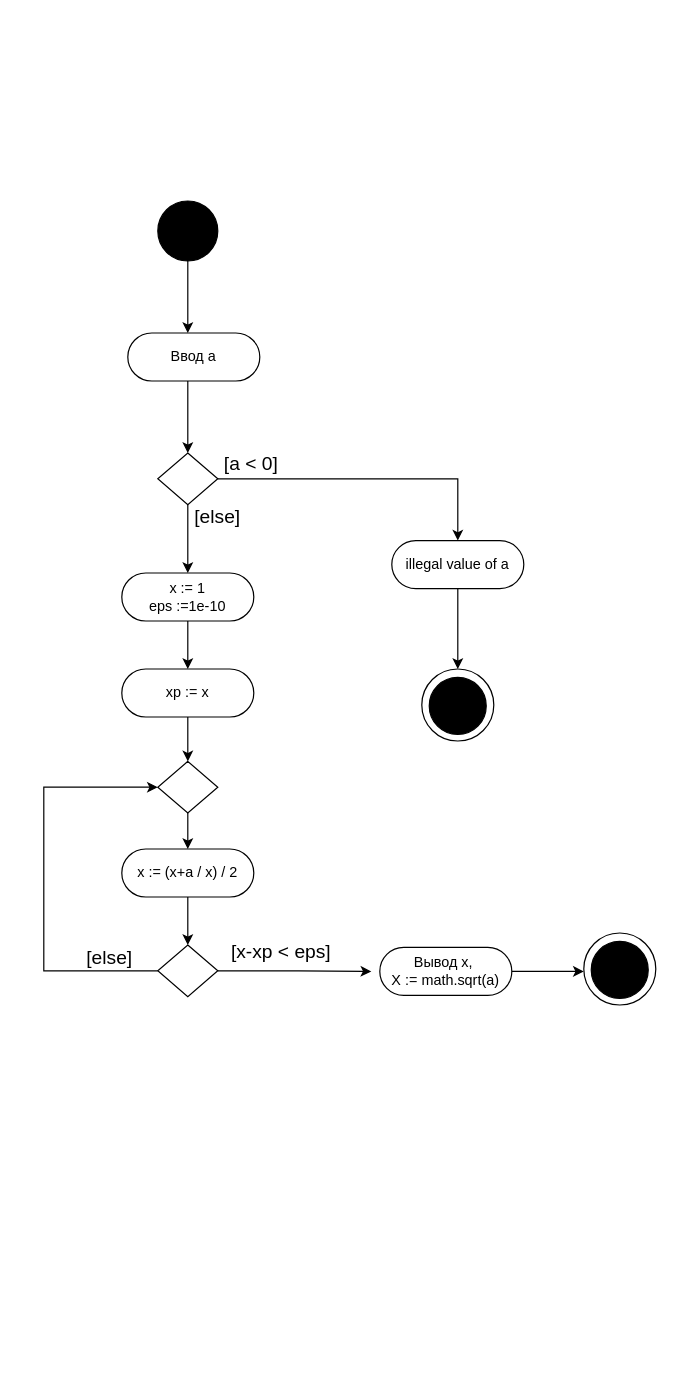
Before: example5.drawio in ilya0693/Lab3, a draw.io diagram. Source tidied: cells renumbered, new cells numbered last; positions are measured from the earlier drawing's top-left corner, leaving out a move shared by most shapes. Both pictures are drawn from the tidied source at 120%, with x=0, y=0 at pixel (43, 200).
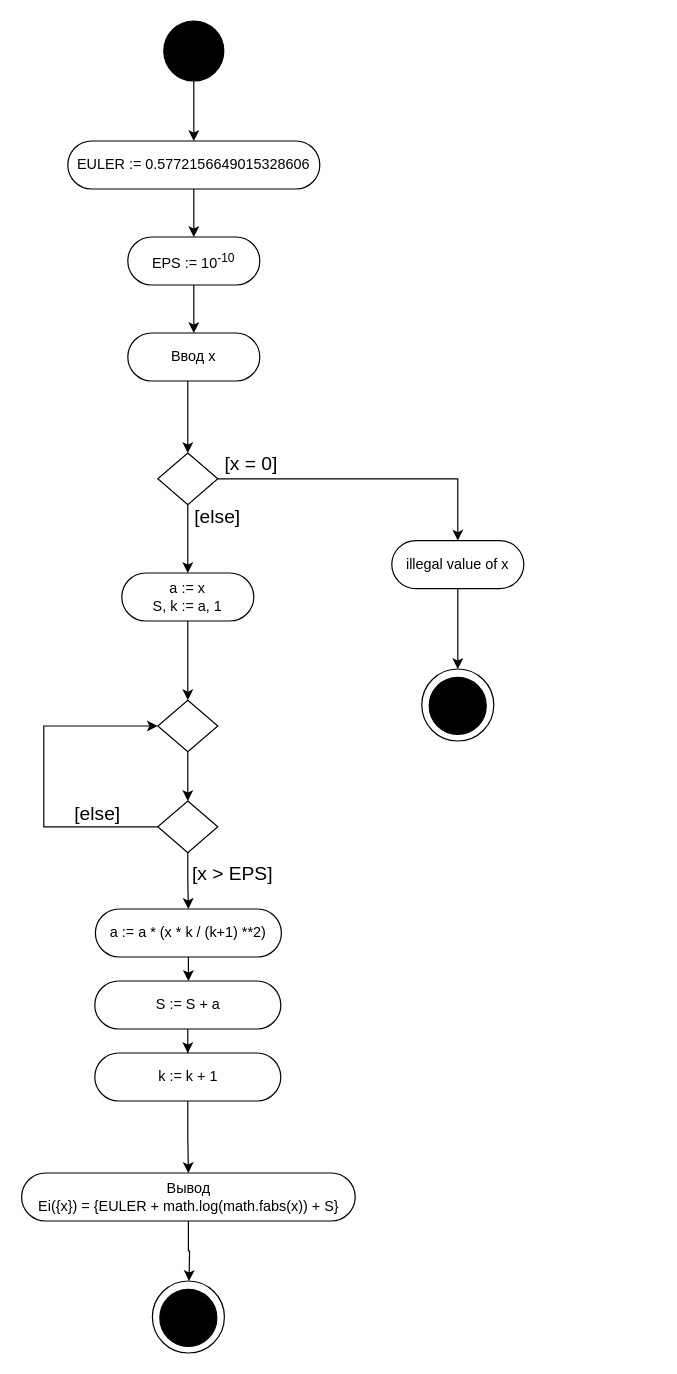
Above is the later version.

What changed in the source:
```diff
@@
+    <mxCell id="34" style="edgeStyle=orthogonalEdgeStyle;rounded=0;jettySize=auto;html=1;exitX=0.5;exitY=1;exitDx=0;exitDy=0;entryX=0.5;entryY=0;entryDx=0;entryDy=0;" parent="1" edge="1" source="2" target="38">
+      <mxGeometry relative="1" as="geometry" />
+    </mxCell>
     <mxCell id="2" style="ellipse;whiteSpace=wrap;html=1;fillColor=#000000;" parent="1" vertex="1">
-      <mxGeometry x="95" width="50" height="50" as="geometry" />
+      <mxGeometry x="100" y="-150" width="50" height="50" as="geometry" />
     </mxCell>
-    <mxCell id="3" style="endArrow=classic;html=1;exitX=0.5;exitY=1;exitDx=0;exitDy=0;" parent="1" edge="1" source="2">
-      <mxGeometry relative="1" as="geometry">
-        <mxPoint x="120" y="110" as="targetPoint" />
-      </mxGeometry>
-    </mxCell>
@@
-    <mxCell id="5" value="Ввод a" style="rounded=1;whiteSpace=wrap;html=1;gradientColor=none;fillColor=#FFFFFF;arcSize=50;" parent="1" vertex="1">
+    <mxCell id="5" value="Ввод x" style="rounded=1;whiteSpace=wrap;html=1;gradientColor=none;fillColor=#FFFFFF;arcSize=50;" parent="1" vertex="1">
       <mxGeometry x="70" y="110" width="110" height="40" as="geometry" />
     </mxCell>
@@
-    <mxCell id="10" value="illegal value of a" style="rounded=1;whiteSpace=wrap;html=1;gradientColor=none;fillColor=#FFFFFF;arcSize=50;" parent="1" vertex="1">
+    <mxCell id="10" value="illegal value of x" style="rounded=1;whiteSpace=wrap;html=1;gradientColor=none;fillColor=#FFFFFF;arcSize=50;" parent="1" vertex="1">
       <mxGeometry x="290" y="283" width="110" height="40" as="geometry" />
     </mxCell>
-    <mxCell id="11" value="[a &amp;lt; 0]" style="text;html=1;strokeColor=none;fillColor=none;align=center;verticalAlign=middle;whiteSpace=wrap;rounded=0;perimeterSpacing=0;fontSize=16;" parent="1" vertex="1">
+    <mxCell id="11" value="[x = 0]" style="text;html=1;strokeColor=none;fillColor=none;align=center;verticalAlign=middle;whiteSpace=wrap;rounded=0;perimeterSpacing=0;fontSize=16;" parent="1" vertex="1">
       <mxGeometry x="148" y="209" width="50" height="20" as="geometry" />
     </mxCell>
@@
-    <mxCell id="16" style="edgeStyle=orthogonalEdgeStyle;rounded=0;jettySize=auto;html=1;" parent="1" edge="1" source="17" target="19">
-      <mxGeometry relative="1" as="geometry" />
-    </mxCell>
-    <mxCell id="17" value="x := 1&lt;br&gt;eps :=1e-10" style="rounded=1;whiteSpace=wrap;html=1;gradientColor=none;fillColor=#FFFFFF;arcSize=50;" parent="1" vertex="1">
+    <mxCell id="17" value="a := x&lt;br&gt;S, k := a, 1" style="rounded=1;whiteSpace=wrap;html=1;gradientColor=none;fillColor=#FFFFFF;arcSize=50;" parent="1" vertex="1">
       <mxGeometry x="65" y="310" width="110" height="40" as="geometry" />
     </mxCell>
-    <mxCell id="18" style="edgeStyle=orthogonalEdgeStyle;rounded=0;jettySize=auto;html=1;exitX=0.5;exitY=1;exitDx=0;exitDy=0;entryX=0.5;entryY=0;entryDx=0;entryDy=0;" parent="1" edge="1" source="19" target="23">
+    <mxCell id="18" style="edgeStyle=orthogonalEdgeStyle;rounded=0;jettySize=auto;html=1;exitX=0.5;exitY=1;exitDx=0;exitDy=0;entryX=0.5;entryY=0;entryDx=0;entryDy=0;" parent="1" edge="1" source="17" target="23">
       <mxGeometry relative="1" as="geometry" />
     </mxCell>
-    <mxCell id="19" value="xp := x" style="rounded=1;whiteSpace=wrap;html=1;gradientColor=none;fillColor=#FFFFFF;arcSize=50;" parent="1" vertex="1">
-      <mxGeometry x="65" y="390" width="110" height="40" as="geometry" />
-    </mxCell>
-    <mxCell id="20" style="edgeStyle=orthogonalEdgeStyle;rounded=0;jettySize=auto;html=1;exitX=0.5;exitY=1;exitDx=0;exitDy=0;entryX=0.5;entryY=0;entryDx=0;entryDy=0;" parent="1" edge="1" source="21" target="26">
-      <mxGeometry relative="1" as="geometry" />
-    </mxCell>
+    <mxCell id="35" style="edgeStyle=orthogonalEdgeStyle;rounded=0;jettySize=auto;html=1;" parent="1" edge="1" source="21" target="45">
+      <mxGeometry relative="1" as="geometry" />
+    </mxCell>
-    <mxCell id="21" value="x := (x+a / x) / 2" style="rounded=1;whiteSpace=wrap;html=1;gradientColor=none;fillColor=#FFFFFF;arcSize=50;" parent="1" vertex="1">
-      <mxGeometry x="65" y="540" width="110" height="40" as="geometry" />
+    <mxCell id="21" value="a := a * (x * k / (k+1) **2)" style="rounded=1;whiteSpace=wrap;html=1;gradientColor=none;fillColor=#FFFFFF;arcSize=50;" parent="1" vertex="1">
+      <mxGeometry x="43" y="590" width="155" height="40" as="geometry" />
     </mxCell>
-    <mxCell id="22" style="edgeStyle=orthogonalEdgeStyle;rounded=0;jettySize=auto;html=1;exitX=0.5;exitY=1;exitDx=0;exitDy=0;entryX=0.5;entryY=0;entryDx=0;entryDy=0;" parent="1" edge="1" source="23" target="21">
-      <mxGeometry relative="1" as="geometry" />
-    </mxCell>
+    <mxCell id="36" style="edgeStyle=orthogonalEdgeStyle;rounded=0;jettySize=auto;html=1;exitX=0.5;exitY=1;exitDx=0;exitDy=0;entryX=0.5;entryY=0;entryDx=0;entryDy=0;" parent="1" edge="1" source="23" target="43">
+      <mxGeometry relative="1" as="geometry" />
+    </mxCell>
     <mxCell id="23" style="rhombus;whiteSpace=wrap;html=1;fillColor=#FFFFFF;gradientColor=none;" parent="1" vertex="1">
-      <mxGeometry x="95" y="467" width="50" height="43" as="geometry" />
+      <mxGeometry x="95" y="416" width="50" height="43" as="geometry" />
     </mxCell>
-    <mxCell id="24" style="edgeStyle=orthogonalEdgeStyle;rounded=0;jettySize=auto;html=1;exitX=1;exitY=0.5;exitDx=0;exitDy=0;entryX=-0.064;entryY=0.5;entryDx=0;entryDy=0;entryPerimeter=0;" parent="1" edge="1" source="26" target="29">
-      <mxGeometry relative="1" as="geometry" />
-    </mxCell>
-    <mxCell id="25" style="edgeStyle=orthogonalEdgeStyle;rounded=0;jettySize=auto;html=1;exitX=0;exitY=0.5;exitDx=0;exitDy=0;entryX=0;entryY=0.5;entryDx=0;entryDy=0;" parent="1" edge="1" source="26" target="23">
+    <mxCell id="25" style="edgeStyle=orthogonalEdgeStyle;rounded=0;jettySize=auto;html=1;exitX=0;exitY=0.5;exitDx=0;exitDy=0;entryX=0;entryY=0.5;entryDx=0;entryDy=0;" parent="1" edge="1" source="43" target="23">
       <mxGeometry relative="1" as="geometry">
         <Array as="points">
-          <mxPoint y="642" />
-          <mxPoint y="489" />
+          <mxPoint y="522" />
+          <mxPoint y="438" />
         </Array>
       </mxGeometry>
     </mxCell>
-    <mxCell id="26" style="rhombus;whiteSpace=wrap;html=1;fillColor=#FFFFFF;gradientColor=none;" parent="1" vertex="1">
-      <mxGeometry x="95" y="620" width="50" height="43" as="geometry" />
-    </mxCell>
-    <mxCell id="27" value="[x-xp &amp;lt; eps]" style="text;html=1;strokeColor=none;fillColor=none;align=center;verticalAlign=middle;whiteSpace=wrap;rounded=0;perimeterSpacing=0;fontSize=16;" parent="1" vertex="1">
-      <mxGeometry x="148" y="610" width="100" height="30" as="geometry" />
-    </mxCell>
-    <mxCell id="28" style="edgeStyle=orthogonalEdgeStyle;rounded=0;jettySize=auto;html=1;exitX=1;exitY=0.5;exitDx=0;exitDy=0;" parent="1" edge="1" source="29">
-      <mxGeometry relative="1" as="geometry">
-        <mxPoint x="450" y="642" as="targetPoint" />
-      </mxGeometry>
-    </mxCell>
-    <mxCell id="29" value="Вывод x,&amp;nbsp;&lt;br&gt;X := math.sqrt(a)" style="rounded=1;whiteSpace=wrap;html=1;gradientColor=none;fillColor=#FFFFFF;arcSize=50;" parent="1" vertex="1">
-      <mxGeometry x="280" y="622" width="110" height="40" as="geometry" />
-    </mxCell>
     <mxCell id="30" style="group;" parent="1" vertex="1">
-      <mxGeometry x="450" y="610" width="60" height="60" as="geometry" />
+      <mxGeometry x="90.5" y="900" width="60" height="60" as="geometry" />
     </mxCell>
@@
     <mxCell id="33" value="[else]" style="text;html=1;strokeColor=none;fillColor=none;align=center;verticalAlign=middle;whiteSpace=wrap;rounded=0;perimeterSpacing=0;fontSize=16;" parent="1" vertex="1">
-      <mxGeometry x="30" y="620" width="50" height="20" as="geometry" />
+      <mxGeometry x="20" y="500" width="50" height="20" as="geometry" />
     </mxCell>
+    <mxCell id="37" style="edgeStyle=orthogonalEdgeStyle;rounded=0;jettySize=auto;html=1;entryX=0.5;entryY=0;entryDx=0;entryDy=0;" parent="1" edge="1" source="38" target="40">
+      <mxGeometry relative="1" as="geometry" />
+    </mxCell>
+    <mxCell id="38" value="EULER :=&amp;nbsp;0.5772156649015328606" style="rounded=1;whiteSpace=wrap;html=1;gradientColor=none;fillColor=#FFFFFF;arcSize=50;" parent="1" vertex="1">
+      <mxGeometry x="20" y="-50" width="210" height="40" as="geometry" />
+    </mxCell>
+    <mxCell id="39" style="edgeStyle=orthogonalEdgeStyle;rounded=0;jettySize=auto;html=1;entryX=0.5;entryY=0;entryDx=0;entryDy=0;" parent="1" edge="1" source="40" target="5">
+      <mxGeometry relative="1" as="geometry" />
+    </mxCell>
+    <mxCell id="40" value="EPS :=&amp;nbsp;10&lt;sup&gt;-10&lt;/sup&gt;" style="rounded=1;whiteSpace=wrap;html=1;gradientColor=none;fillColor=#FFFFFF;arcSize=50;" parent="1" vertex="1">
+      <mxGeometry x="70" y="30" width="110" height="40" as="geometry" />
+    </mxCell>
+    <mxCell id="41" value="[x &amp;gt; EPS]" style="text;html=1;strokeColor=none;fillColor=none;align=center;verticalAlign=middle;whiteSpace=wrap;rounded=0;perimeterSpacing=0;fontSize=16;" parent="1" vertex="1">
+      <mxGeometry x="120" y="550" width="74.5" height="20" as="geometry" />
+    </mxCell>
+    <mxCell id="42" style="edgeStyle=orthogonalEdgeStyle;rounded=0;jettySize=auto;html=1;exitX=0.5;exitY=1;exitDx=0;exitDy=0;entryX=0.5;entryY=0;entryDx=0;entryDy=0;" parent="1" edge="1" source="43" target="21">
+      <mxGeometry relative="1" as="geometry" />
+    </mxCell>
+    <mxCell id="43" style="rhombus;whiteSpace=wrap;html=1;fillColor=#FFFFFF;gradientColor=none;" parent="1" vertex="1">
+      <mxGeometry x="95" y="500" width="50" height="43" as="geometry" />
+    </mxCell>
+    <mxCell id="44" style="edgeStyle=orthogonalEdgeStyle;rounded=0;jettySize=auto;html=1;" parent="1" edge="1" source="45" target="47">
+      <mxGeometry relative="1" as="geometry" />
+    </mxCell>
+    <mxCell id="45" value="S := S + a" style="rounded=1;whiteSpace=wrap;html=1;gradientColor=none;fillColor=#FFFFFF;arcSize=50;" parent="1" vertex="1">
+      <mxGeometry x="42.5" y="650" width="155" height="40" as="geometry" />
+    </mxCell>
+    <mxCell id="46" style="edgeStyle=orthogonalEdgeStyle;rounded=0;jettySize=auto;html=1;" parent="1" edge="1" source="47" target="49">
+      <mxGeometry relative="1" as="geometry" />
+    </mxCell>
+    <mxCell id="47" value="k := k + 1" style="rounded=1;whiteSpace=wrap;html=1;gradientColor=none;fillColor=#FFFFFF;arcSize=50;" parent="1" vertex="1">
+      <mxGeometry x="42.5" y="710" width="155" height="40" as="geometry" />
+    </mxCell>
+    <mxCell id="48" style="edgeStyle=orthogonalEdgeStyle;rounded=0;jettySize=auto;html=1;exitX=0.5;exitY=1;exitDx=0;exitDy=0;" parent="1" edge="1" source="49">
+      <mxGeometry relative="1" as="geometry">
+        <mxPoint x="121" y="900" as="targetPoint" />
+      </mxGeometry>
+    </mxCell>
+    <mxCell id="49" value="Вывод&lt;br&gt;Ei({x}) = {EULER + math.log(math.fabs(x)) + S}" style="rounded=1;whiteSpace=wrap;html=1;gradientColor=none;fillColor=#FFFFFF;arcSize=50;" parent="1" vertex="1">
+      <mxGeometry x="-18.5" y="810" width="278" height="40" as="geometry" />
+    </mxCell>
```
